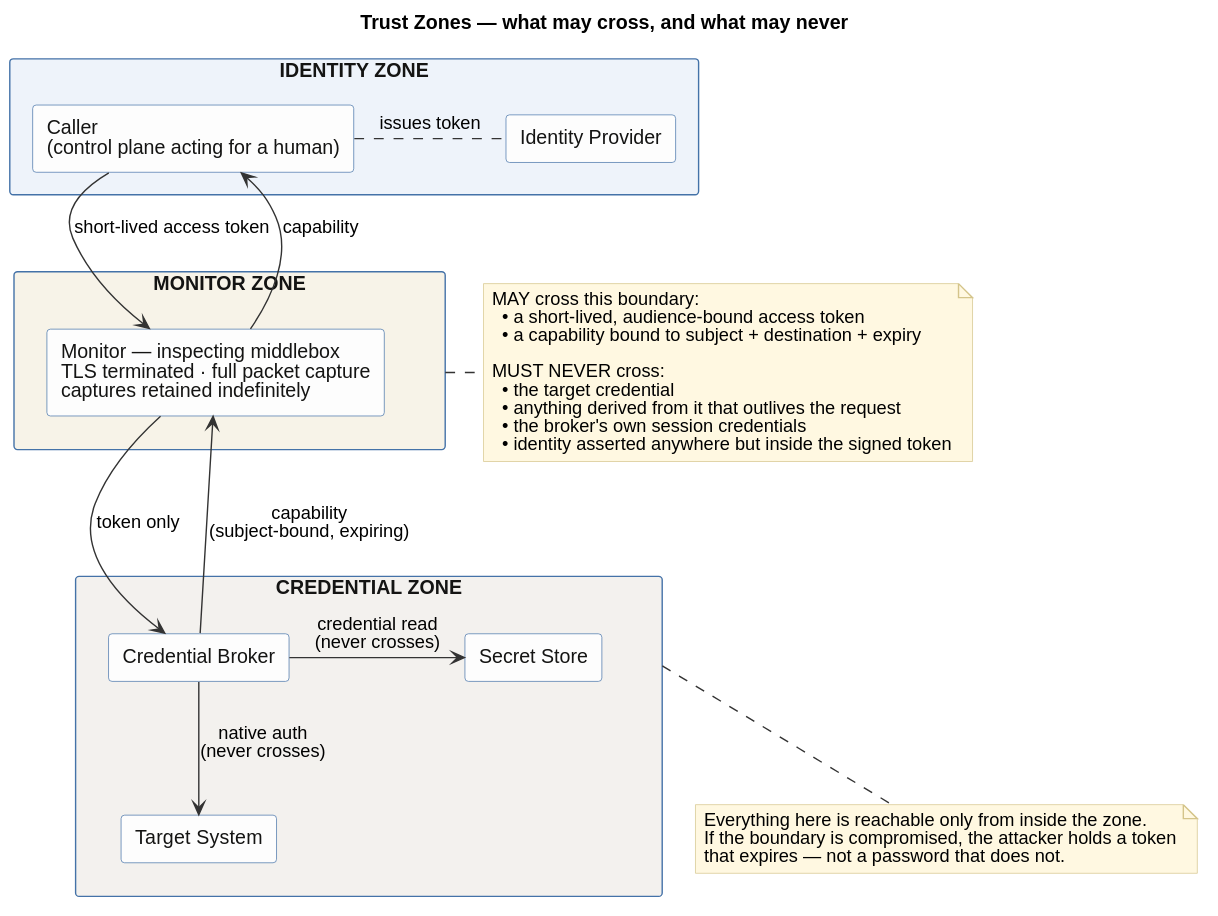
ugoenyioha/credential-broker keeps this PlantUML diagram as docs/diagrams/c0-trustzones.svg. Above is the earlier version.
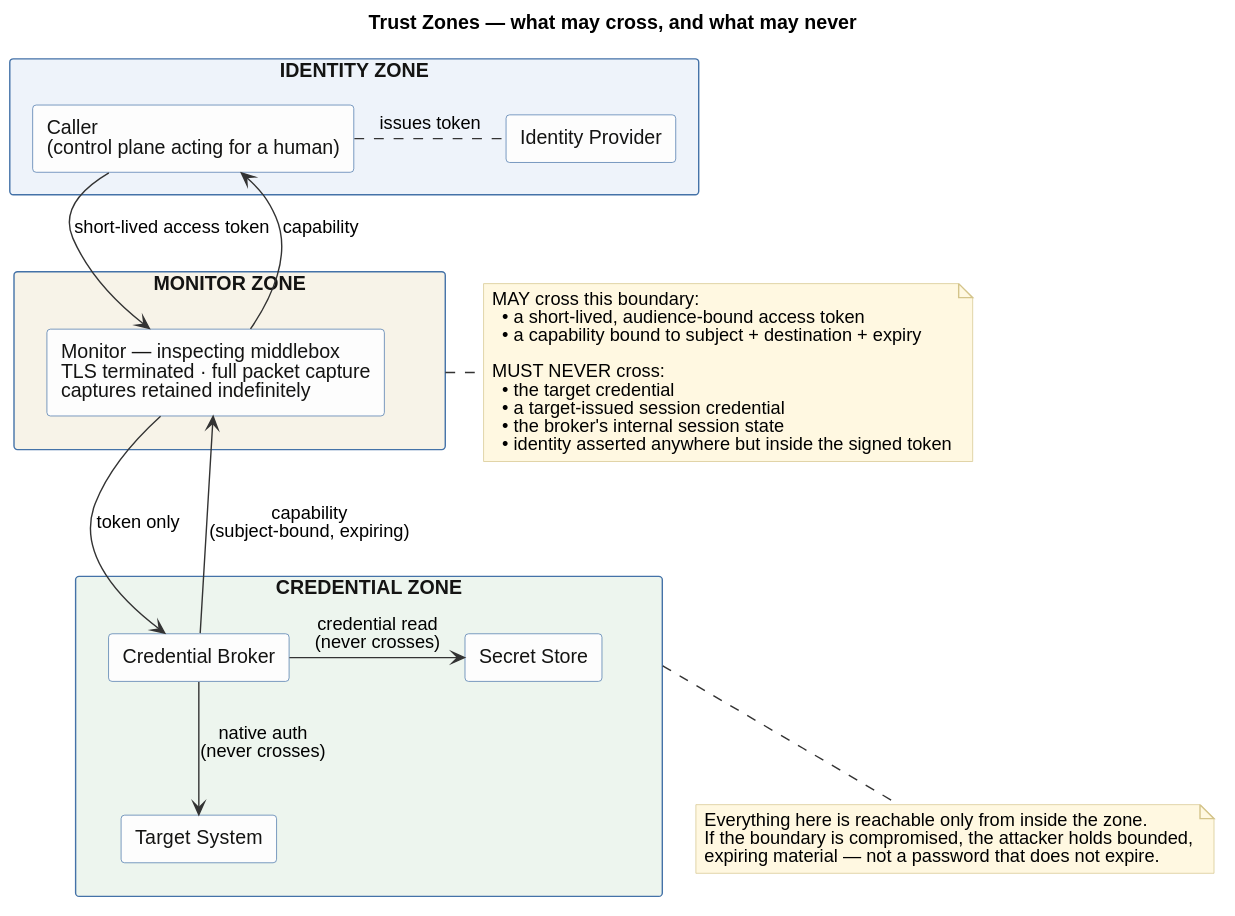
The same diagram one commit later.

Diff of the diagram source:
```diff
@@ -21,7 +21,7 @@
   rectangle "Monitor — inspecting middlebox\nTLS terminated · full packet capture\ncaptures retained indefinitely" as MONITOR
 }
 
-rectangle "CREDENTIAL ZONE" as LOW #F3F1EE {
+rectangle "CREDENTIAL ZONE" as LOW #EDF5EE {
   rectangle "Credential Broker" as BR
   rectangle "Secret Store" as V
   rectangle "Target System" as T
@@ -42,14 +42,14 @@
 
   MUST NEVER cross:
     • the target credential
-    • anything derived from it that outlives the request
-    • the broker's own session credentials
+    • a target-issued session credential
+    • the broker's internal session state
     • identity asserted anywhere but inside the signed token
 end note
 
 note bottom of LOW
   Everything here is reachable only from inside the zone.
-  If the boundary is compromised, the attacker holds a token
-  that expires — not a password that does not.
+  If the boundary is compromised, the attacker holds bounded,
+  expiring material — not a password that does not expire.
 end note
 @enduml
```
